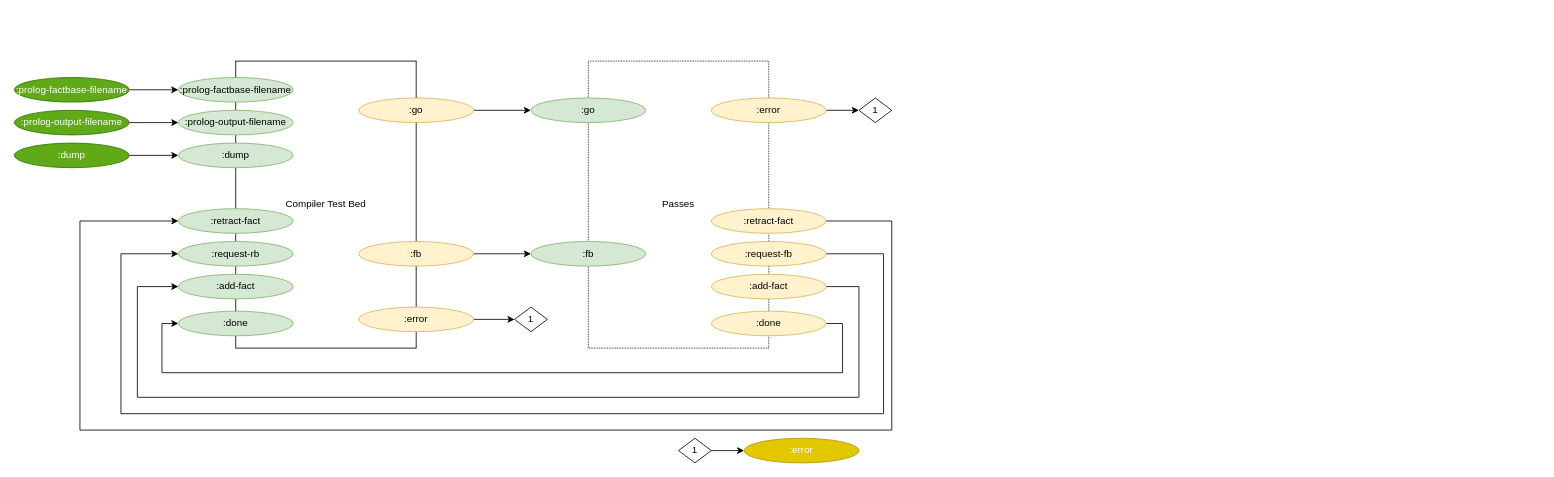
Before: page "Compiler Internal" (2 of 10) of svg/cl-compiler/doc/compiler-test-bed.drawio in bmfbp/bmfbp, a draw.io diagram. Source tidied: cells renumbered, new cells numbered last; positions are measured from the earlier drawing's top-left corner, leaving out a move shared by most shapes. Both pictures are drawn from the tidied source at 82%, with x=0, y=0 at pixel (14, 61).
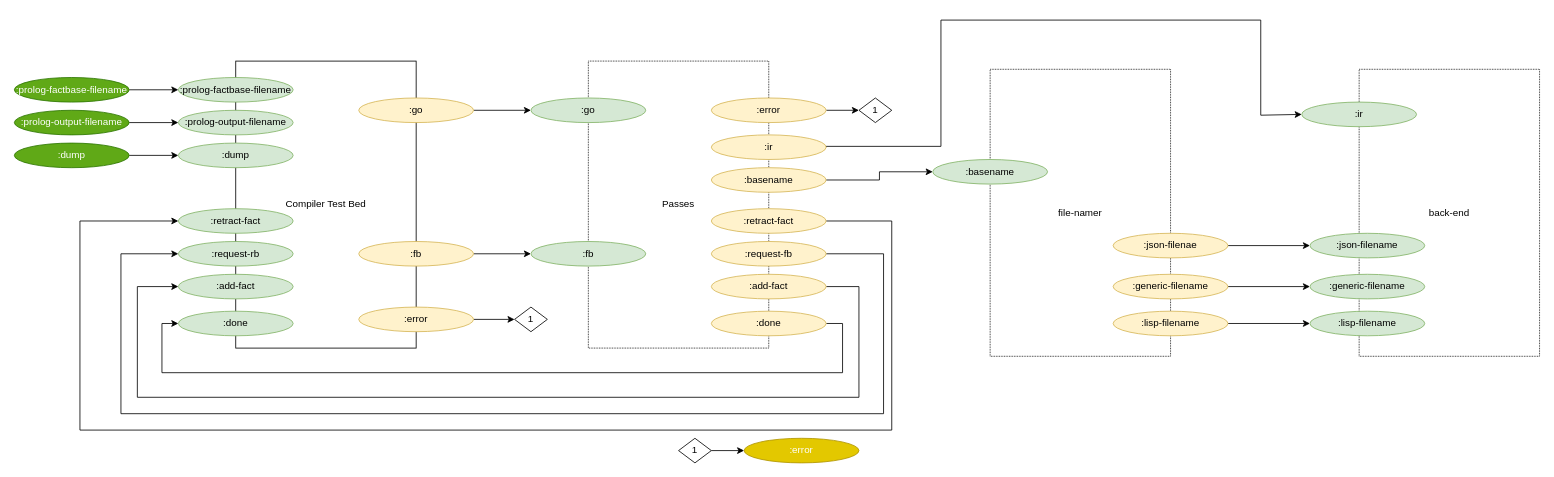
Above is the later version.

What changed in the source:
```diff
@@
+    <mxCell id="40" value="file-namer" style="rounded=0;whiteSpace=wrap;html=1;dashed=1;dashPattern=1 1;" parent="1" vertex="1">
+      <mxGeometry x="1190" y="10" width="220" height="350" as="geometry" />
+    </mxCell>
+    <mxCell id="41" value="back-end" style="rounded=0;whiteSpace=wrap;html=1;dashed=1;dashPattern=1 1;" parent="1" vertex="1">
+      <mxGeometry x="1640" y="10" width="220" height="350" as="geometry" />
+    </mxCell>
+    <mxCell id="42" value=":basename" style="ellipse;whiteSpace=wrap;html=1;fillColor=#d5e8d4;strokeColor=#82b366;" parent="1" vertex="1">
+      <mxGeometry x="1120" y="120" width="140" height="30" as="geometry" />
+    </mxCell>
+    <mxCell id="43" value=":json-filename" style="ellipse;whiteSpace=wrap;html=1;fillColor=#d5e8d4;strokeColor=#82b366;" parent="1" vertex="1">
+      <mxGeometry x="1580" y="210" width="140" height="30" as="geometry" />
+    </mxCell>
+    <mxCell id="44" value=":generic-filename" style="ellipse;whiteSpace=wrap;html=1;fillColor=#d5e8d4;strokeColor=#82b366;" parent="1" vertex="1">
+      <mxGeometry x="1580" y="260" width="140" height="30" as="geometry" />
+    </mxCell>
+    <mxCell id="45" value=":lisp-filename" style="ellipse;whiteSpace=wrap;html=1;fillColor=#d5e8d4;strokeColor=#82b366;" parent="1" vertex="1">
+      <mxGeometry x="1580" y="305" width="140" height="30" as="geometry" />
+    </mxCell>
+    <mxCell id="46" style="edgeStyle=orthogonalEdgeStyle;rounded=0;jettySize=auto;html=1;exitX=1;exitY=0.5;exitDx=0;exitDy=0;entryX=0;entryY=0.5;entryDx=0;entryDy=0;" parent="1" edge="1" source="47" target="43">
+      <mxGeometry relative="1" as="geometry" />
+    </mxCell>
+    <mxCell id="47" value=":json-filenae" style="ellipse;whiteSpace=wrap;html=1;fillColor=#fff2cc;strokeColor=#d6b656;" parent="1" vertex="1">
+      <mxGeometry x="1340" y="210" width="140" height="30" as="geometry" />
+    </mxCell>
+    <mxCell id="48" style="edgeStyle=orthogonalEdgeStyle;rounded=0;jettySize=auto;html=1;exitX=1;exitY=0.5;exitDx=0;exitDy=0;" parent="1" edge="1" source="49" target="44">
+      <mxGeometry relative="1" as="geometry" />
+    </mxCell>
+    <mxCell id="49" value=":generic-filename" style="ellipse;whiteSpace=wrap;html=1;fillColor=#fff2cc;strokeColor=#d6b656;" parent="1" vertex="1">
+      <mxGeometry x="1340" y="260" width="140" height="30" as="geometry" />
+    </mxCell>
+    <mxCell id="50" style="edgeStyle=orthogonalEdgeStyle;rounded=0;jettySize=auto;html=1;exitX=1;exitY=0.5;exitDx=0;exitDy=0;" parent="1" edge="1" source="51" target="45">
+      <mxGeometry relative="1" as="geometry" />
+    </mxCell>
+    <mxCell id="51" value=":lisp-filename" style="ellipse;whiteSpace=wrap;html=1;fillColor=#fff2cc;strokeColor=#d6b656;" parent="1" vertex="1">
+      <mxGeometry x="1340" y="305" width="140" height="30" as="geometry" />
+    </mxCell>
+    <mxCell id="52" value=":ir" style="ellipse;whiteSpace=wrap;html=1;fillColor=#d5e8d4;strokeColor=#82b366;" parent="1" vertex="1">
+      <mxGeometry x="1570" y="50" width="140" height="30" as="geometry" />
+    </mxCell>
+    <mxCell id="53" style="edgeStyle=orthogonalEdgeStyle;rounded=0;jettySize=auto;html=1;exitX=1;exitY=0.5;exitDx=0;exitDy=0;entryX=0;entryY=0.5;entryDx=0;entryDy=0;" parent="1" edge="1" source="54" target="52">
+      <mxGeometry relative="1" as="geometry">
+        <Array as="points">
+          <mxPoint x="1130" y="104" />
+          <mxPoint x="1130" y="-50" />
+          <mxPoint x="1520" y="-50" />
+          <mxPoint x="1520" y="66" />
+        </Array>
+      </mxGeometry>
+    </mxCell>
+    <mxCell id="54" value=":ir" style="ellipse;whiteSpace=wrap;html=1;fillColor=#fff2cc;strokeColor=#d6b656;" parent="1" vertex="1">
+      <mxGeometry x="850" y="90" width="140" height="30" as="geometry" />
+    </mxCell>
+    <mxCell id="55" style="edgeStyle=orthogonalEdgeStyle;rounded=0;jettySize=auto;html=1;exitX=1;exitY=0.5;exitDx=0;exitDy=0;entryX=0;entryY=0.5;entryDx=0;entryDy=0;" parent="1" edge="1" source="56" target="42">
+      <mxGeometry relative="1" as="geometry" />
+    </mxCell>
+    <mxCell id="56" value=":basename" style="ellipse;whiteSpace=wrap;html=1;fillColor=#fff2cc;strokeColor=#d6b656;" parent="1" vertex="1">
+      <mxGeometry x="850" y="130" width="140" height="30" as="geometry" />
+    </mxCell>
```
